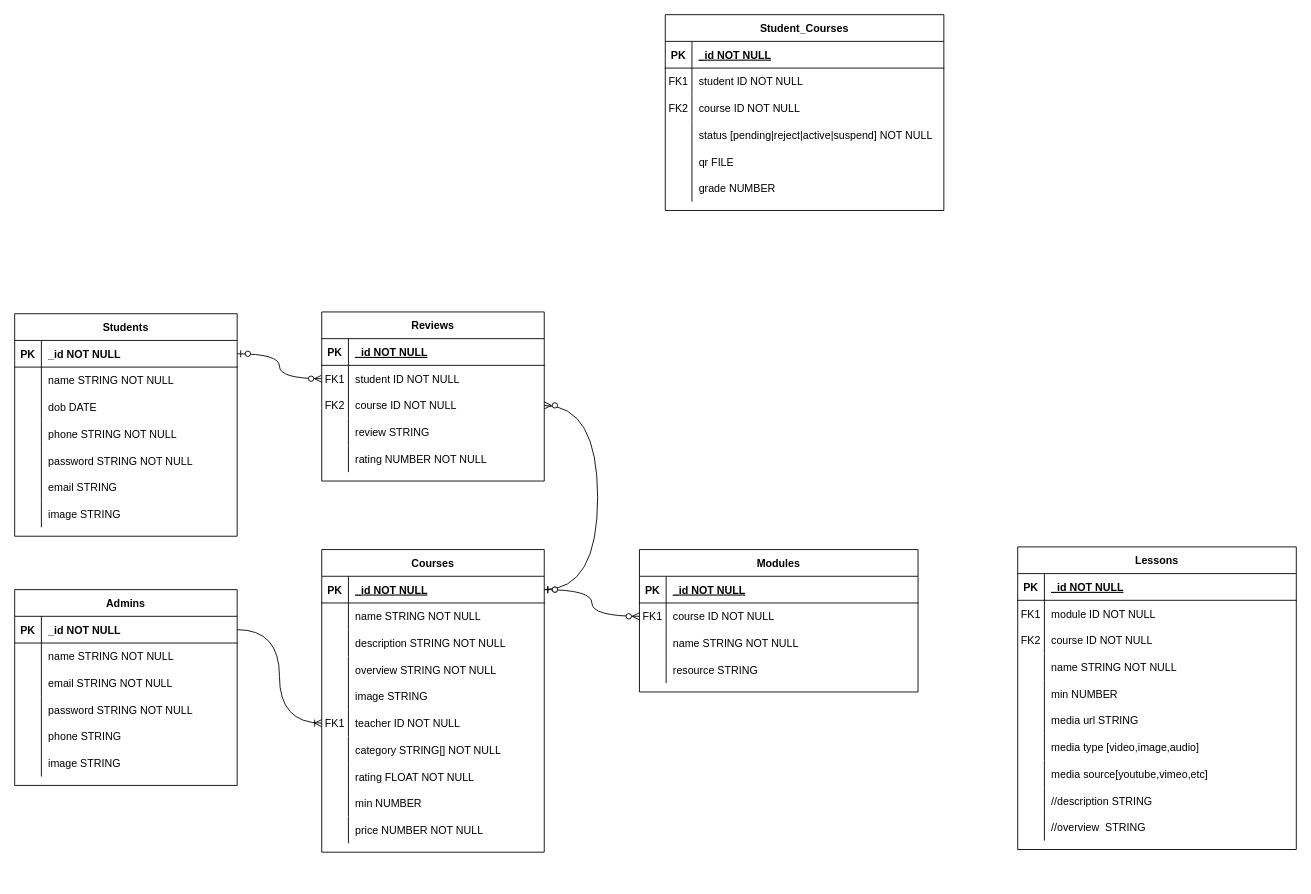
JamesCartar/lms-backend keeps this draw.io diagram as DB Diagram.drawio. Above is the earlier version. Source tidied: cells renumbered, new cells numbered last; positions are measured from the earlier drawing's top-left corner, leaving out a move shared by most shapes. Both pictures are drawn from the tidied source at 89%, with x=0, y=0 at pixel (14, 14).
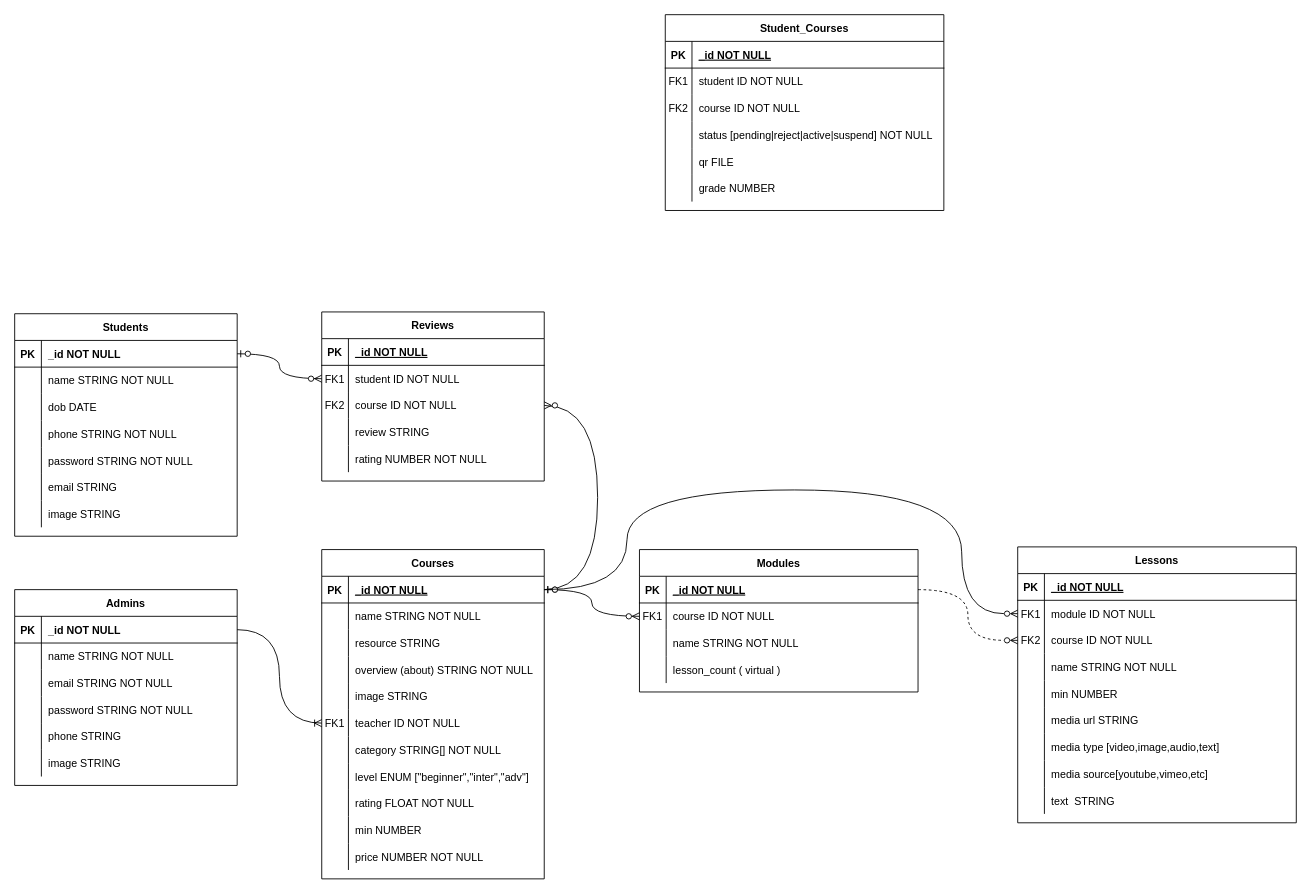
The same page after the edit.

The change refers to these unchanged cells:
```xml
<mxCell id="3" style="shape=partialRectangle;fillColor=none;points=[[0,0.5],[1,0.5]];portConstraint=eastwest;top=0;left=0;right=0;bottom=1;" parent="2" vertex="1">
  <mxGeometry y="30" width="250" height="30" as="geometry" />
</mxCell>
<mxCell id="9" style="shape=partialRectangle;fillColor=none;top=0;left=0;right=0;bottom=0;" parent="2" vertex="1">
  <mxGeometry y="90" width="250" height="30" as="geometry" />
</mxCell>
<mxCell id="12" style="shape=partialRectangle;fillColor=none;top=0;left=0;right=0;bottom=0;" parent="2" vertex="1">
  <mxGeometry y="120" width="250" height="30" as="geometry" />
</mxCell>
<mxCell id="113" style="shape=partialRectangle;fillColor=none;points=[[0,0.5],[1,0.5]];portConstraint=eastwest;top=0;left=0;right=0;bottom=1;" parent="112" vertex="1">
  <mxGeometry y="30" width="313" height="30" as="geometry" />
</mxCell>
<mxCell id="122" style="shape=partialRectangle;fillColor=none;top=0;left=0;right=0;bottom=0;" parent="112" vertex="1">
  <mxGeometry y="120" width="313" height="30" as="geometry" />
</mxCell>
<mxCell id="129" style="shape=partialRectangle;fillColor=none;points=[[0,0.5],[1,0.5]];portConstraint=eastwest;top=0;left=0;right=0;bottom=0;" parent="125" vertex="1">
  <mxGeometry y="60" width="313" height="30" as="geometry" />
</mxCell>
<mxCell id="132" style="shape=partialRectangle;fillColor=none;points=[[0,0.5],[1,0.5]];portConstraint=eastwest;top=0;left=0;right=0;bottom=0;" parent="125" vertex="1">
  <mxGeometry y="90" width="313" height="30" as="geometry" />
</mxCell>
<mxCell id="144" style="shape=partialRectangle;fillColor=none;top=0;left=0;right=0;bottom=0;" parent="125" vertex="1">
  <mxGeometry y="210" width="313" height="30" as="geometry" />
</mxCell>
```

Diff of the diagram source:
```diff
@@
     <mxCell id="2" value="Courses" style="shape=table;startSize=30;childLayout=tableLayout;rowLines=0;fontStyle=1;align=center;" parent="1" vertex="1">
-      <mxGeometry x="345" y="601" width="250" height="340" as="geometry" />
+      <mxGeometry x="345" y="601" width="250" height="370" as="geometry" />
     </mxCell>
@@
-    <mxCell id="10" style="shape=partialRectangle;overflow=hidden;fillColor=none;top=0;left=0;bottom=0;right=0;" parent="9" vertex="1">
-      <mxGeometry width="30" height="30" as="geometry" />
-    </mxCell>
-    <mxCell id="11" value="description STRING NOT NULL" style="shape=partialRectangle;overflow=hidden;fillColor=none;top=0;left=0;bottom=0;right=0;align=left;spacingLeft=6;" parent="9" vertex="1">
-      <mxGeometry x="30" width="220" height="30" as="geometry" />
-    </mxCell>
+    <mxCell id="157" style="shape=partialRectangle;overflow=hidden;fillColor=none;top=0;left=0;bottom=0;right=0;" parent="9" vertex="1">
+      <mxGeometry width="30" height="30" as="geometry" />
+    </mxCell>
+    <mxCell id="124" value="resource STRING" style="shape=partialRectangle;overflow=hidden;fillColor=none;top=0;left=0;bottom=0;right=0;align=left;spacingLeft=6;" parent="9" vertex="1">
+      <mxGeometry x="30" width="220" height="30" as="geometry" />
+    </mxCell>
@@
-    <mxCell id="14" value="overview STRING NOT NULL" style="shape=partialRectangle;overflow=hidden;fillColor=none;top=0;left=0;bottom=0;right=0;align=left;spacingLeft=6;" parent="12" vertex="1">
+    <mxCell id="14" value="overview (about) STRING NOT NULL" style="shape=partialRectangle;overflow=hidden;fillColor=none;top=0;left=0;bottom=0;right=0;align=left;spacingLeft=6;" parent="12" vertex="1">
       <mxGeometry x="30" width="220" height="30" as="geometry" />
     </mxCell>
@@
+    <mxCell id="158" style="shape=partialRectangle;fillColor=none;top=0;left=0;right=0;bottom=0;" parent="2" vertex="1">
+      <mxGeometry y="240" width="250" height="30" as="geometry" />
+    </mxCell>
+    <mxCell id="159" style="shape=partialRectangle;overflow=hidden;fillColor=none;top=0;left=0;bottom=0;right=0;" parent="158" vertex="1">
+      <mxGeometry width="30" height="30" as="geometry" />
+    </mxCell>
+    <mxCell id="160" value="level ENUM [&quot;beginner&quot;,&quot;inter&quot;,&quot;adv&quot;]" style="shape=partialRectangle;overflow=hidden;fillColor=none;top=0;left=0;bottom=0;right=0;align=left;spacingLeft=6;" parent="158" vertex="1">
+      <mxGeometry x="30" width="220" height="30" as="geometry" />
+    </mxCell>
     <mxCell id="24" style="shape=partialRectangle;fillColor=none;top=0;left=0;right=0;bottom=0;" parent="2" vertex="1">
-      <mxGeometry y="240" width="250" height="30" as="geometry" />
+      <mxGeometry y="270" width="250" height="30" as="geometry" />
     </mxCell>
@@
     <mxCell id="27" style="shape=partialRectangle;fillColor=none;top=0;left=0;right=0;bottom=0;" parent="2" vertex="1">
-      <mxGeometry y="270" width="250" height="30" as="geometry" />
+      <mxGeometry y="300" width="250" height="30" as="geometry" />
     </mxCell>
@@
     <mxCell id="30" style="shape=partialRectangle;fillColor=none;top=0;left=0;right=0;bottom=0;" parent="2" vertex="1">
-      <mxGeometry y="300" width="250" height="30" as="geometry" />
+      <mxGeometry y="330" width="250" height="30" as="geometry" />
     </mxCell>
@@
-    <mxCell id="123" style="shape=partialRectangle;overflow=hidden;fillColor=none;top=0;left=0;bottom=0;right=0;" parent="122" vertex="1">
-      <mxGeometry width="30" height="30" as="geometry" />
-    </mxCell>
-    <mxCell id="124" value="resource STRING" style="shape=partialRectangle;overflow=hidden;fillColor=none;top=0;left=0;bottom=0;right=0;align=left;spacingLeft=6;" parent="122" vertex="1">
-      <mxGeometry x="30" width="283" height="30" as="geometry" />
-    </mxCell>
+    <mxCell id="161" style="shape=partialRectangle;overflow=hidden;fillColor=none;top=0;left=0;bottom=0;right=0;" parent="122" vertex="1">
+      <mxGeometry width="30" height="30" as="geometry" />
+    </mxCell>
+    <mxCell id="162" value="lesson_count ( virtual ) " style="shape=partialRectangle;overflow=hidden;fillColor=none;top=0;left=0;bottom=0;right=0;align=left;spacingLeft=6;" parent="122" vertex="1">
+      <mxGeometry x="30" width="283" height="30" as="geometry" />
+    </mxCell>
     <mxCell id="125" value="Lessons" style="shape=table;startSize=30;childLayout=tableLayout;rowLines=0;fontStyle=1;align=center;" parent="1" vertex="1">
-      <mxGeometry x="1127" y="598" width="313" height="340" as="geometry" />
+      <mxGeometry x="1127" y="598" width="313" height="310" as="geometry" />
     </mxCell>
@@
-    <mxCell id="146" value="media type [video,image,audio]" style="shape=partialRectangle;overflow=hidden;fillColor=none;top=0;left=0;bottom=0;right=0;align=left;spacingLeft=6;" parent="144" vertex="1">
+    <mxCell id="146" value="media type [video,image,audio,text]" style="shape=partialRectangle;overflow=hidden;fillColor=none;top=0;left=0;bottom=0;right=0;align=left;spacingLeft=6;" parent="144" vertex="1">
       <mxGeometry x="30" width="283" height="30" as="geometry" />
     </mxCell>
@@
-    <mxCell id="150" style="shape=partialRectangle;fillColor=none;top=0;left=0;right=0;bottom=0;" parent="125" vertex="1">
-      <mxGeometry y="270" width="313" height="30" as="geometry" />
-    </mxCell>
-    <mxCell id="151" style="shape=partialRectangle;overflow=hidden;fillColor=none;top=0;left=0;bottom=0;right=0;" parent="150" vertex="1">
-      <mxGeometry width="30" height="30" as="geometry" />
-    </mxCell>
-    <mxCell id="152" value="//description STRING" style="shape=partialRectangle;overflow=hidden;fillColor=none;top=0;left=0;bottom=0;right=0;align=left;spacingLeft=6;" parent="150" vertex="1">
-      <mxGeometry x="30" width="283" height="30" as="geometry" />
-    </mxCell>
     <mxCell id="153" style="shape=partialRectangle;fillColor=none;top=0;left=0;right=0;bottom=0;" parent="125" vertex="1">
-      <mxGeometry y="300" width="313" height="30" as="geometry" />
+      <mxGeometry y="270" width="313" height="30" as="geometry" />
     </mxCell>
@@
-    <mxCell id="155" value="//overview  STRING" style="shape=partialRectangle;overflow=hidden;fillColor=none;top=0;left=0;bottom=0;right=0;align=left;spacingLeft=6;" parent="153" vertex="1">
+    <mxCell id="155" value="text  STRING" style="shape=partialRectangle;overflow=hidden;fillColor=none;top=0;left=0;bottom=0;right=0;align=left;spacingLeft=6;" parent="153" vertex="1">
       <mxGeometry x="30" width="283" height="30" as="geometry" />
     </mxCell>
@@
+    <mxCell id="163" style="edgeStyle=orthogonalEdgeStyle;rounded=0;jettySize=auto;html=1;exitX=1;exitY=0.5;exitDx=0;exitDy=0;entryX=0;entryY=0.5;entryDx=0;entryDy=0;curved=1;strokeColor=default;dashed=1;endArrow=ERzeroToMany;endFill=0;" parent="1" edge="1" source="113" target="132">
+      <mxGeometry relative="1" as="geometry" />
+    </mxCell>
+    <mxCell id="164" style="edgeStyle=orthogonalEdgeStyle;rounded=0;jettySize=auto;html=1;exitX=1;exitY=0.5;exitDx=0;exitDy=0;curved=1;flowAnimation=1;entryX=0;entryY=0.5;entryDx=0;entryDy=0;shadow=0;endArrow=ERzeroToMany;endFill=0;" parent="1" edge="1" source="3" target="129">
+      <mxGeometry relative="1" as="geometry">
+        <Array as="points">
+          <mxPoint x="688" y="646" />
+          <mxPoint x="688" y="534" />
+          <mxPoint x="1064" y="534" />
+          <mxPoint x="1064" y="673" />
+        </Array>
+      </mxGeometry>
+    </mxCell>
```
